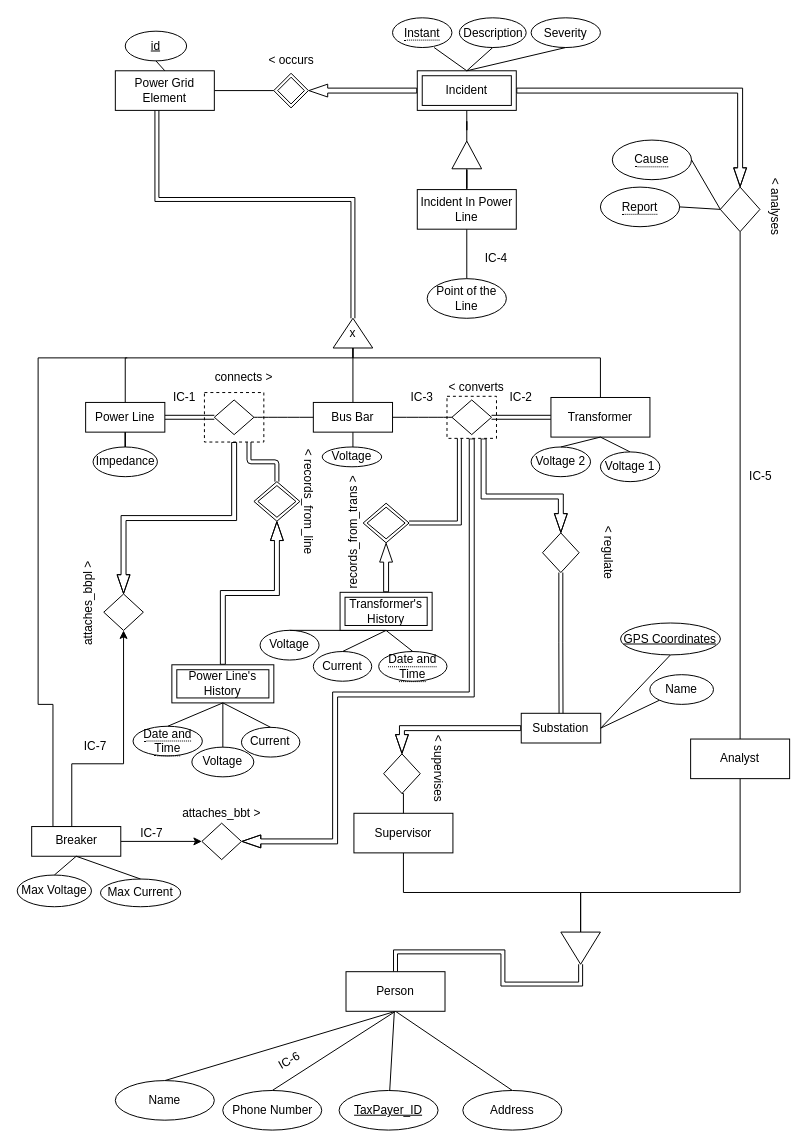
Before: page "Page-3" (3 of 3) of Project/Part1/New_Version.drawio in dgd-rosa/SIBD, a draw.io diagram. Source tidied: cells renumbered, new cells numbered last; positions are measured from the earlier drawing's top-left corner, leaving out a move shared by most shapes. Both pictures are drawn from the tidied source at 99%, with x=0, y=0 at pixel (17, 18).
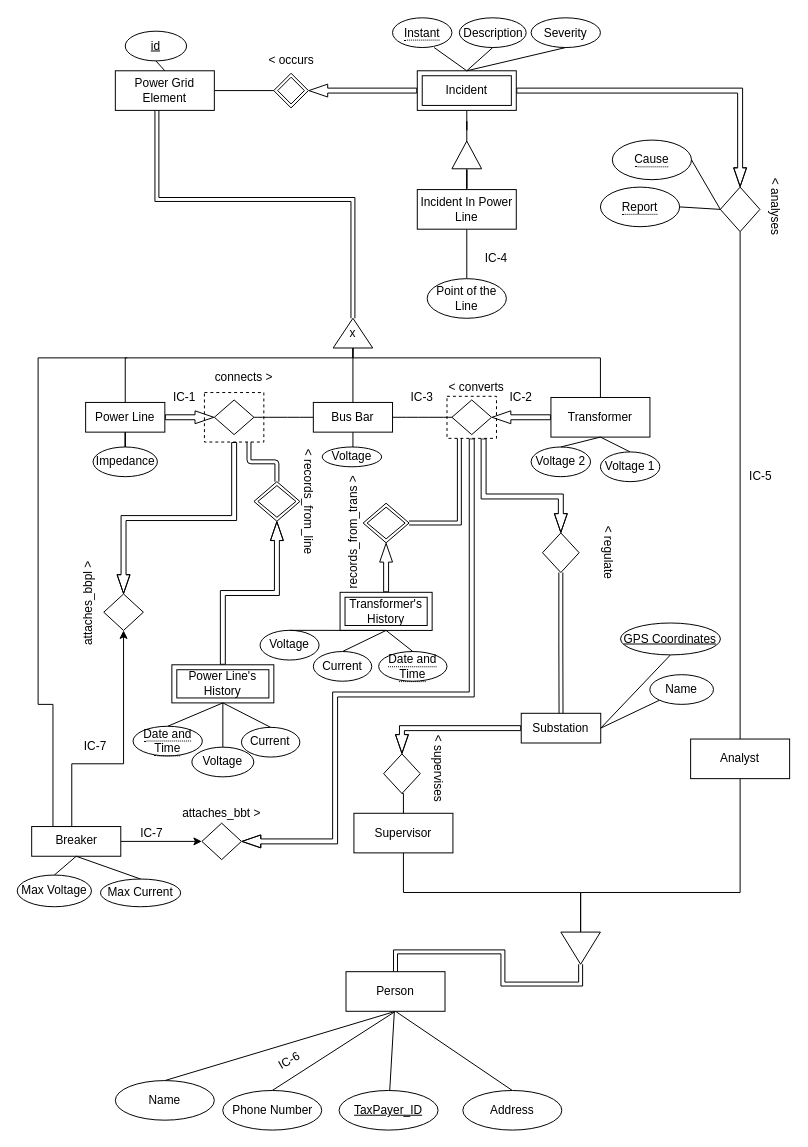
After the change.

Unchanged cells that the change refers to:
```xml
<mxCell id="17" value="Power Line" style="whiteSpace=wrap;html=1;align=center;" parent="1" vertex="1">
  <mxGeometry x="69" y="388" width="80" height="30" as="geometry" />
</mxCell>
<mxCell id="21" value="Transformer" style="whiteSpace=wrap;html=1;align=center;" parent="1" vertex="1">
  <mxGeometry x="539" y="383" width="100" height="40" as="geometry" />
</mxCell>
<mxCell id="23" style="shape=rhombus;perimeter=rhombusPerimeter;whiteSpace=wrap;html=1;align=center;" parent="1" vertex="1">
  <mxGeometry x="199" y="385.5" width="40" height="35" as="geometry" />
</mxCell>
<mxCell id="25" style="shape=rhombus;perimeter=rhombusPerimeter;whiteSpace=wrap;html=1;align=center;" parent="1" vertex="1">
  <mxGeometry x="439" y="385.5" width="40" height="35" as="geometry" />
</mxCell>
```

Change to the diagram source:
```diff
@@
-    <mxCell id="15" style="edgeStyle=orthogonalEdgeStyle;curved=1;rounded=0;jettySize=auto;html=1;exitX=1;exitY=0.5;exitDx=0;exitDy=0;endArrow=none;endFill=0;shape=link;" parent="1" edge="1" source="17" target="23">
+    <mxCell id="15" style="edgeStyle=orthogonalEdgeStyle;curved=1;rounded=0;jettySize=auto;html=1;exitX=1;exitY=0.5;exitDx=0;exitDy=0;endArrow=block;endFill=0;shape=flexArrow;width=5;endWidth=7;" parent="1" edge="1" source="17" target="23">
       <mxGeometry relative="1" as="geometry" />
     </mxCell>
@@
-    <mxCell id="20" style="edgeStyle=orthogonalEdgeStyle;shape=link;curved=1;rounded=0;jettySize=auto;html=1;exitX=0;exitY=0.5;exitDx=0;exitDy=0;entryX=1;entryY=0.5;entryDx=0;entryDy=0;endArrow=none;endFill=0;" parent="1" edge="1" source="21" target="25">
+    <mxCell id="20" style="edgeStyle=orthogonalEdgeStyle;shape=flexArrow;curved=1;rounded=0;jettySize=auto;html=1;exitX=0;exitY=0.5;exitDx=0;exitDy=0;entryX=1;entryY=0.5;entryDx=0;entryDy=0;endArrow=block;endFill=0;startArrow=none;startFill=0;width=5;endWidth=7;" parent="1" edge="1" source="21" target="25">
       <mxGeometry relative="1" as="geometry" />
     </mxCell>
```
